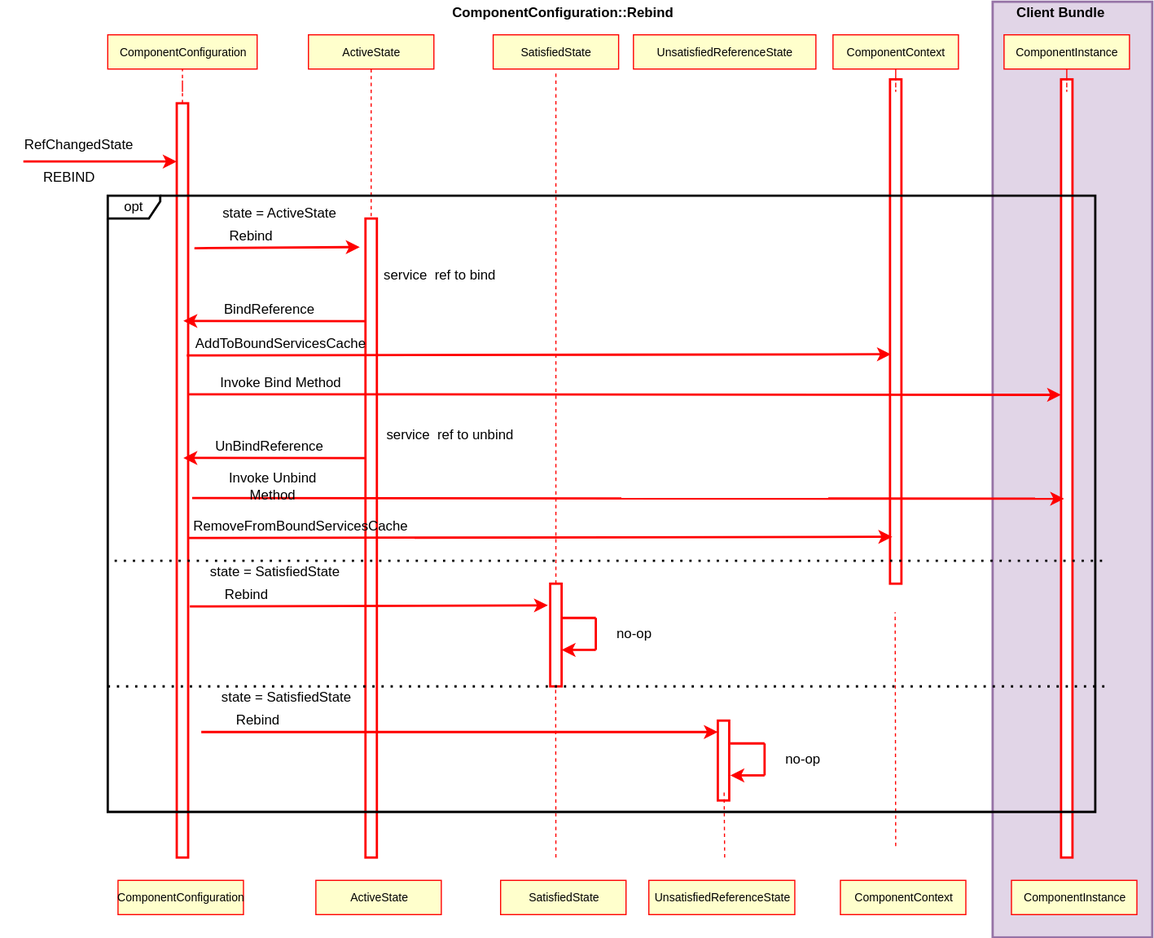
This is text/0003-declarative-services/ComponentConfigurationRebind.svg from CppMicroServices/rfcs, a draw.io export, as it was before one commit. Source tidied: cells renumbered, new cells last; positions are measured from the earlier drawing's top-left corner, leaving out a move shared by most shapes.
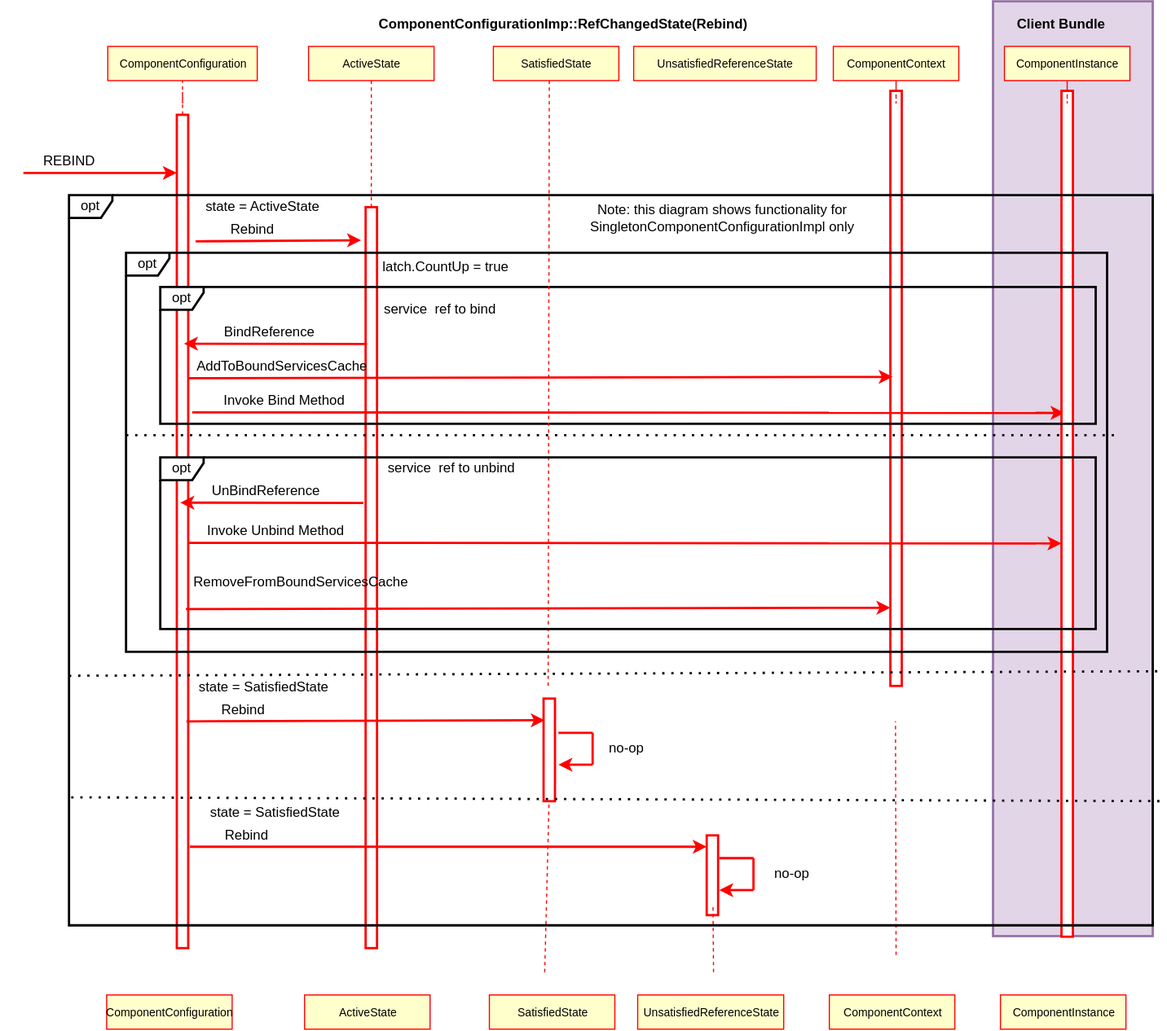
Later version of the same file.

The edit, as a diff of the source:
```diff
@@ -5,6 +5,6 @@
     <mxCell id="2" style="rounded=0;whiteSpace=wrap;html=1;strokeWidth=2;fillColor=#e1d5e7;strokeColor=#9673a6;" parent="1" vertex="1">
-      <mxGeometry x="870" width="140" height="820" as="geometry" />
+      <mxGeometry x="870" y="-10.6" width="140" height="820" as="geometry" />
     </mxCell>
     <mxCell id="3" style="html=1;points=[];perimeter=orthogonalPerimeter;strokeWidth=2;strokeColor=#FF0000;" parent="1" vertex="1">
-      <mxGeometry x="320" y="190" width="10" height="560" as="geometry" />
+      <mxGeometry x="320" y="170" width="10" height="650" as="geometry" />
     </mxCell>
@@ -23,14 +23,14 @@
     <mxCell id="8" style="html=1;points=[];perimeter=orthogonalPerimeter;strokeWidth=2;strokeColor=#FF0000;" parent="1" vertex="1">
-      <mxGeometry x="154.5" y="89" width="10" height="661" as="geometry" />
+      <mxGeometry x="154.5" y="89" width="10" height="731" as="geometry" />
     </mxCell>
     <mxCell id="9" value="&lt;span style=&quot;font-size: 10px&quot;&gt;ActiveState&lt;/span&gt;" style="html=1;strokeWidth=1;strokeColor=#FF0000;fillColor=#FFFFCC;" parent="1" vertex="1">
-      <mxGeometry x="276.5" y="770" width="110" height="30" as="geometry" />
+      <mxGeometry x="266.5" y="861.1" width="110" height="30" as="geometry" />
     </mxCell>
     <mxCell id="10" value="&lt;span style=&quot;font-size: 10px&quot;&gt;ComponentConfiguration&lt;/span&gt;" style="html=1;strokeWidth=1;strokeColor=#FF0000;fillColor=#FFFFCC;" parent="1" vertex="1">
-      <mxGeometry x="103" y="770" width="110" height="30" as="geometry" />
+      <mxGeometry x="93" y="861.1" width="110" height="30" as="geometry" />
     </mxCell>
     <mxCell id="11" value="REBIND" style="text;html=1;strokeColor=none;fillColor=none;align=center;verticalAlign=middle;whiteSpace=wrap;rounded=0;fontSize=12;" parent="1" vertex="1">
-      <mxGeometry y="144" width="121" height="20" as="geometry" />
+      <mxGeometry y="120" width="121" height="20" as="geometry" />
     </mxCell>
-    <mxCell id="12" value="ComponentConfiguration::Rebind" style="text;html=1;strokeColor=none;fillColor=none;align=center;verticalAlign=middle;whiteSpace=wrap;rounded=0;fontStyle=1;" parent="1" vertex="1">
+    <mxCell id="12" value="ComponentConfigurationImp::RefChangedState(Rebind)" style="text;html=1;strokeColor=none;fillColor=none;align=center;verticalAlign=middle;whiteSpace=wrap;rounded=0;fontStyle=1;" parent="1" vertex="1">
       <mxGeometry x="428" width="131" height="20" as="geometry" />
@@ -43,7 +43,4 @@
     </mxCell>
-    <mxCell id="14" value="RefChangedState" style="text;html=1;strokeColor=none;fillColor=none;align=center;verticalAlign=middle;whiteSpace=wrap;rounded=0;" parent="1" vertex="1">
-      <mxGeometry x="48.5" y="116" width="40" height="20" as="geometry" />
-    </mxCell>
     <mxCell id="15" value="state = ActiveState" style="text;html=1;strokeColor=none;fillColor=none;align=center;verticalAlign=middle;whiteSpace=wrap;rounded=0;" parent="1" vertex="1">
-      <mxGeometry x="180" y="176" width="130" height="20" as="geometry" />
+      <mxGeometry x="164.5" y="160" width="130" height="20" as="geometry" />
     </mxCell>
@@ -51,4 +48,4 @@
       <mxGeometry relative="1" as="geometry">
-        <mxPoint x="170" y="216" as="sourcePoint" />
-        <mxPoint x="315" y="215" as="targetPoint" />
+        <mxPoint x="171" y="200" as="sourcePoint" />
+        <mxPoint x="316" y="199" as="targetPoint" />
       </mxGeometry>
@@ -56,11 +53,6 @@
     <mxCell id="17" value="Rebind" style="text;html=1;strokeColor=none;fillColor=none;align=center;verticalAlign=middle;whiteSpace=wrap;rounded=0;" parent="1" vertex="1">
-      <mxGeometry x="200" y="196" width="40" height="20" as="geometry" />
+      <mxGeometry x="201" y="180" width="40" height="20" as="geometry" />
     </mxCell>
-    <mxCell id="18" style="edgeStyle=orthogonalEdgeStyle;rounded=0;jettySize=auto;html=1;strokeColor=#FF0000;strokeWidth=1;dashed=1;endArrow=none;endFill=0;" parent="1" edge="1" source="19">
-      <mxGeometry relative="1" as="geometry">
-        <mxPoint x="487" y="60" as="targetPoint" />
-      </mxGeometry>
-    </mxCell>
     <mxCell id="19" style="html=1;points=[];perimeter=orthogonalPerimeter;strokeWidth=2;strokeColor=#FF0000;" parent="1" vertex="1">
-      <mxGeometry x="482" y="510" width="10" height="90" as="geometry" />
+      <mxGeometry x="476" y="601.1" width="10" height="90" as="geometry" />
     </mxCell>
@@ -70,6 +62,6 @@
     <mxCell id="21" value="&lt;span style=&quot;font-size: 10px&quot;&gt;SatisfiedState&lt;/span&gt;" style="html=1;strokeWidth=1;strokeColor=#FF0000;fillColor=#FFFFCC;" parent="1" vertex="1">
-      <mxGeometry x="438.5" y="770" width="110" height="30" as="geometry" />
+      <mxGeometry x="428.5" y="861.1" width="110" height="30" as="geometry" />
     </mxCell>
     <mxCell id="22" style="html=1;points=[];perimeter=orthogonalPerimeter;strokeWidth=2;strokeColor=#FF0000;" parent="1" vertex="1">
-      <mxGeometry x="629" y="630" width="10" height="70" as="geometry" />
+      <mxGeometry x="619" y="721.1" width="10" height="70" as="geometry" />
     </mxCell>
@@ -79,6 +71,6 @@
     <mxCell id="24" value="&lt;span style=&quot;font-size: 10px&quot;&gt;UnsatisfiedReferenceState&lt;/span&gt;" style="html=1;strokeWidth=1;strokeColor=#FF0000;fillColor=#FFFFCC;" parent="1" vertex="1">
-      <mxGeometry x="568.5" y="770" width="128" height="30" as="geometry" />
+      <mxGeometry x="558.5" y="861.1" width="128" height="30" as="geometry" />
     </mxCell>
     <mxCell id="25" style="html=1;points=[];perimeter=orthogonalPerimeter;strokeWidth=2;strokeColor=#FF0000;" parent="1" vertex="1">
-      <mxGeometry x="780" y="68" width="10" height="442" as="geometry" />
+      <mxGeometry x="780" y="68" width="10" height="522" as="geometry" />
     </mxCell>
@@ -91,3 +83,3 @@
     <mxCell id="28" value="&lt;span style=&quot;font-size: 10px&quot;&gt;ComponentContext&lt;/span&gt;" style="html=1;strokeWidth=1;strokeColor=#FF0000;fillColor=#FFFFCC;" parent="1" vertex="1">
-      <mxGeometry x="736.5" y="770" width="110" height="30" as="geometry" />
+      <mxGeometry x="726.5" y="861.1" width="110" height="30" as="geometry" />
     </mxCell>
@@ -95,4 +87,4 @@
       <mxGeometry relative="1" as="geometry">
-        <mxPoint x="320.8" y="280" as="sourcePoint" />
-        <mxPoint x="160.3" y="279.8" as="targetPoint" />
+        <mxPoint x="321.2" y="290" as="sourcePoint" />
+        <mxPoint x="160.8" y="289.8" as="targetPoint" />
       </mxGeometry>
@@ -100,3 +92,3 @@
     <mxCell id="30" value="BindReference" style="text;html=1;strokeColor=none;fillColor=none;align=center;verticalAlign=middle;whiteSpace=wrap;rounded=0;" parent="1" vertex="1">
-      <mxGeometry x="215.8" y="260" width="40" height="20" as="geometry" />
+      <mxGeometry x="216.2" y="270" width="40" height="20" as="geometry" />
     </mxCell>
@@ -104,4 +96,4 @@
       <mxGeometry relative="1" as="geometry">
-        <mxPoint x="163.3" y="310" as="sourcePoint" />
-        <mxPoint x="780.8" y="308.9" as="targetPoint" />
+        <mxPoint x="164.5" y="320" as="sourcePoint" />
+        <mxPoint x="782" y="318.9" as="targetPoint" />
       </mxGeometry>
@@ -109,3 +101,3 @@
     <mxCell id="32" value="AddToBoundServicesCache" style="text;html=1;strokeColor=none;fillColor=none;align=center;verticalAlign=middle;whiteSpace=wrap;rounded=0;" parent="1" vertex="1">
-      <mxGeometry x="225.8" y="290" width="40" height="20" as="geometry" />
+      <mxGeometry x="227" y="300" width="40" height="20" as="geometry" />
     </mxCell>
@@ -113,4 +105,4 @@
       <mxGeometry relative="1" as="geometry">
-        <mxPoint x="165.3" y="344" as="sourcePoint" />
-        <mxPoint x="930" y="344.5" as="targetPoint" />
+        <mxPoint x="168" y="350" as="sourcePoint" />
+        <mxPoint x="932.7" y="350.5" as="targetPoint" />
       </mxGeometry>
@@ -118,6 +110,6 @@
     <mxCell id="34" value="Invoke Bind Method" style="text;html=1;strokeColor=none;fillColor=none;align=center;verticalAlign=middle;whiteSpace=wrap;rounded=0;" parent="1" vertex="1">
-      <mxGeometry x="190.8" y="324" width="110" height="20" as="geometry" />
+      <mxGeometry x="193.5" y="330" width="110" height="20" as="geometry" />
     </mxCell>
     <mxCell id="35" style="html=1;points=[];perimeter=orthogonalPerimeter;strokeWidth=2;strokeColor=#FF0000;" parent="1" vertex="1">
-      <mxGeometry x="930" y="68" width="10" height="682" as="geometry" />
+      <mxGeometry x="930" y="68" width="10" height="742" as="geometry" />
     </mxCell>
@@ -130,9 +122,9 @@
     <mxCell id="38" value="&lt;span style=&quot;font-size: 10px&quot;&gt;ComponentInstance&lt;/span&gt;" style="html=1;strokeWidth=1;strokeColor=#FF0000;fillColor=#FFFFCC;" parent="1" vertex="1">
-      <mxGeometry x="886.5" y="770" width="110" height="30" as="geometry" />
+      <mxGeometry x="876.5" y="861.1" width="110" height="30" as="geometry" />
     </mxCell>
     <mxCell id="39" value="service&amp;nbsp; ref to bind" style="text;html=1;strokeColor=none;fillColor=none;align=center;verticalAlign=middle;whiteSpace=wrap;rounded=0;" parent="1" vertex="1">
-      <mxGeometry x="331" y="230" width="109" height="20" as="geometry" />
+      <mxGeometry x="331" y="250" width="109" height="20" as="geometry" />
     </mxCell>
     <mxCell id="40" value="service&amp;nbsp; ref to unbind" style="text;html=1;strokeColor=none;fillColor=none;align=center;verticalAlign=middle;whiteSpace=wrap;rounded=0;" parent="1" vertex="1">
-      <mxGeometry x="330" y="370" width="129" height="20" as="geometry" />
+      <mxGeometry x="331" y="389.4" width="129" height="20" as="geometry" />
     </mxCell>
@@ -140,4 +132,4 @@
       <mxGeometry relative="1" as="geometry">
-        <mxPoint x="320.8" y="400" as="sourcePoint" />
-        <mxPoint x="160.3" y="399.8" as="targetPoint" />
+        <mxPoint x="318.1" y="429.4" as="sourcePoint" />
+        <mxPoint x="157.6" y="429.2" as="targetPoint" />
       </mxGeometry>
@@ -145,3 +137,3 @@
     <mxCell id="42" value="UnBindReference" style="text;html=1;strokeColor=none;fillColor=none;align=center;verticalAlign=middle;whiteSpace=wrap;rounded=0;" parent="1" vertex="1">
-      <mxGeometry x="215.8" y="380" width="40" height="20" as="geometry" />
+      <mxGeometry x="213.1" y="409.4" width="40" height="20" as="geometry" />
     </mxCell>
@@ -149,4 +141,4 @@
       <mxGeometry relative="1" as="geometry">
-        <mxPoint x="168" y="435" as="sourcePoint" />
-        <mxPoint x="932.7" y="435.5" as="targetPoint" />
+        <mxPoint x="165.3" y="464.4" as="sourcePoint" />
+        <mxPoint x="930" y="465" as="targetPoint" />
       </mxGeometry>
@@ -154,3 +146,3 @@
     <mxCell id="44" value="Invoke Unbind Method" style="text;html=1;strokeColor=none;fillColor=none;align=center;verticalAlign=middle;whiteSpace=wrap;rounded=0;" parent="1" vertex="1">
-      <mxGeometry x="183.5" y="415" width="110" height="20" as="geometry" />
+      <mxGeometry x="151.8" y="444.4" width="179.2" height="20" as="geometry" />
     </mxCell>
@@ -158,4 +150,4 @@
       <mxGeometry relative="1" as="geometry">
-        <mxPoint x="164.5" y="470" as="sourcePoint" />
-        <mxPoint x="782" y="468.9" as="targetPoint" />
+        <mxPoint x="162.5" y="522.5" as="sourcePoint" />
+        <mxPoint x="780" y="521.5" as="targetPoint" />
       </mxGeometry>
@@ -163,6 +155,6 @@
     <mxCell id="46" value="RemoveFromBoundServicesCache" style="text;html=1;strokeColor=none;fillColor=none;align=center;verticalAlign=middle;whiteSpace=wrap;rounded=0;" parent="1" vertex="1">
-      <mxGeometry x="260" y="450" width="7" height="20" as="geometry" />
+      <mxGeometry x="260" y="489.4" width="7" height="20" as="geometry" />
     </mxCell>
     <mxCell id="47" value="state = SatisfiedState" style="text;html=1;strokeColor=none;fillColor=none;align=center;verticalAlign=middle;whiteSpace=wrap;rounded=0;" parent="1" vertex="1">
-      <mxGeometry x="176" y="490" width="130" height="20" as="geometry" />
+      <mxGeometry x="166" y="581.1" width="130" height="20" as="geometry" />
     </mxCell>
@@ -170,4 +162,4 @@
       <mxGeometry relative="1" as="geometry">
-        <mxPoint x="166" y="530" as="sourcePoint" />
-        <mxPoint x="480" y="529" as="targetPoint" />
+        <mxPoint x="163" y="621.1" as="sourcePoint" />
+        <mxPoint x="477" y="620.1" as="targetPoint" />
       </mxGeometry>
@@ -175,6 +167,6 @@
     <mxCell id="49" value="Rebind" style="text;html=1;strokeColor=none;fillColor=none;align=center;verticalAlign=middle;whiteSpace=wrap;rounded=0;" parent="1" vertex="1">
-      <mxGeometry x="196" y="510" width="40" height="20" as="geometry" />
+      <mxGeometry x="193" y="601.1" width="40" height="20" as="geometry" />
     </mxCell>
     <mxCell id="50" style="shape=partialRectangle;whiteSpace=wrap;html=1;bottom=0;right=0;fillColor=none;direction=south;strokeColor=#FF0000;strokeWidth=2;" parent="1" vertex="1">
-      <mxGeometry x="492" y="540" width="30" height="28" as="geometry" />
+      <mxGeometry x="489" y="631.1" width="30" height="28" as="geometry" />
     </mxCell>
@@ -184,6 +176,6 @@
     <mxCell id="52" value="no-op" style="text;html=1;strokeColor=none;fillColor=none;align=center;verticalAlign=middle;whiteSpace=wrap;rounded=0;" parent="1" vertex="1">
-      <mxGeometry x="536" y="544" width="40" height="20" as="geometry" />
+      <mxGeometry x="529" y="635.1" width="40" height="20" as="geometry" />
     </mxCell>
     <mxCell id="53" value="state = SatisfiedState" style="text;html=1;strokeColor=none;fillColor=none;align=center;verticalAlign=middle;whiteSpace=wrap;rounded=0;" parent="1" vertex="1">
-      <mxGeometry x="186" y="600" width="130" height="20" as="geometry" />
+      <mxGeometry x="176" y="691.1" width="130" height="20" as="geometry" />
     </mxCell>
@@ -191,3 +183,3 @@
       <mxGeometry relative="1" as="geometry">
-        <mxPoint x="176" y="640" as="sourcePoint" />
+        <mxPoint x="166" y="731.1" as="sourcePoint" />
       </mxGeometry>
@@ -195,6 +187,6 @@
     <mxCell id="55" value="Rebind" style="text;html=1;strokeColor=none;fillColor=none;align=center;verticalAlign=middle;whiteSpace=wrap;rounded=0;" parent="1" vertex="1">
-      <mxGeometry x="206" y="620" width="40" height="20" as="geometry" />
+      <mxGeometry x="196" y="711.1" width="40" height="20" as="geometry" />
     </mxCell>
     <mxCell id="56" style="shape=partialRectangle;whiteSpace=wrap;html=1;bottom=0;right=0;fillColor=none;direction=south;strokeColor=#FF0000;strokeWidth=2;" parent="1" vertex="1">
-      <mxGeometry x="640" y="650" width="30" height="28" as="geometry" />
+      <mxGeometry x="630" y="741.1" width="30" height="28" as="geometry" />
     </mxCell>
@@ -204,3 +196,3 @@
     <mxCell id="58" value="no-op" style="text;html=1;strokeColor=none;fillColor=none;align=center;verticalAlign=middle;whiteSpace=wrap;rounded=0;" parent="1" vertex="1">
-      <mxGeometry x="684" y="654" width="40" height="20" as="geometry" />
+      <mxGeometry x="674" y="745.1" width="40" height="20" as="geometry" />
     </mxCell>
@@ -208,3 +200,3 @@
       <mxGeometry relative="1" as="geometry">
-        <mxPoint x="487" y="750" as="sourcePoint" />
+        <mxPoint x="477" y="841.1" as="sourcePoint" />
       </mxGeometry>
@@ -213,4 +205,4 @@
       <mxGeometry relative="1" as="geometry">
-        <mxPoint x="635" y="750" as="sourcePoint" />
-        <mxPoint x="634.5" y="690" as="targetPoint" />
+        <mxPoint x="625" y="841.1" as="sourcePoint" />
+        <mxPoint x="624.5" y="781.1" as="targetPoint" />
       </mxGeometry>
@@ -219,4 +211,4 @@
       <mxGeometry relative="1" as="geometry">
-        <mxPoint x="785" y="740" as="sourcePoint" />
-        <mxPoint x="784.5" y="535.1" as="targetPoint" />
+        <mxPoint x="785" y="826" as="sourcePoint" />
+        <mxPoint x="784.5" y="621.1" as="targetPoint" />
       </mxGeometry>
@@ -225,15 +217,12 @@
       <mxGeometry relative="1" as="geometry">
-        <mxPoint x="100" y="490" as="sourcePoint" />
-        <mxPoint x="970" y="490" as="targetPoint" />
+        <mxPoint x="60" y="581.1" as="sourcePoint" />
+        <mxPoint x="1020" y="577.1" as="targetPoint" />
       </mxGeometry>
     </mxCell>
-    <mxCell id="63" style="endArrow=none;dashed=1;html=1;dashPattern=1 3;strokeWidth=2;" parent="1" edge="1">
+    <mxCell id="63" style="endArrow=none;dashed=1;html=1;dashPattern=1 3;strokeWidth=2;exitX=0.002;exitY=0.793;exitDx=0;exitDy=0;exitPerimeter=0;" parent="1" edge="1">
       <mxGeometry relative="1" as="geometry">
-        <mxPoint x="94" y="600" as="sourcePoint" />
-        <mxPoint x="970.8" y="600" as="targetPoint" />
+        <mxPoint x="61.9" y="687.7" as="sourcePoint" />
+        <mxPoint x="1020" y="691.1" as="targetPoint" />
       </mxGeometry>
     </mxCell>
-    <mxCell id="64" value="opt" style="shape=umlFrame;whiteSpace=wrap;html=1;strokeWidth=2;fillColor=none;width=46;height=20;" parent="1" vertex="1">
-      <mxGeometry x="94" y="170" width="866" height="540" as="geometry" />
-    </mxCell>
     <mxCell id="65" value="&lt;b&gt;Client&lt;/b&gt; &lt;b&gt;Bundle&lt;/b&gt;" style="text;html=1;strokeColor=none;fillColor=none;align=center;verticalAlign=middle;whiteSpace=wrap;rounded=0;" parent="1" vertex="1">
@@ -241,2 +230,36 @@
     </mxCell>
+    <mxCell id="66" value="latch.CountUp = true" style="text;html=1;strokeColor=none;fillColor=none;align=center;verticalAlign=middle;whiteSpace=wrap;rounded=0;" parent="1" vertex="1">
+      <mxGeometry x="331" y="210" width="119" height="25" as="geometry" />
+    </mxCell>
+    <mxCell id="67" value="Note: this diagram shows functionality for SingletonComponentConfigurationImpl only" style="text;html=1;strokeColor=none;fillColor=none;align=center;verticalAlign=middle;whiteSpace=wrap;rounded=0;" parent="1" vertex="1">
+      <mxGeometry x="504.5" y="170" width="256" height="20" as="geometry" />
+    </mxCell>
+    <mxCell id="68" value="opt" style="shape=umlFrame;whiteSpace=wrap;html=1;strokeWidth=2;width=38;height=20;" parent="1" vertex="1">
+      <mxGeometry x="140" y="240" width="820" height="120" as="geometry" />
+    </mxCell>
+    <mxCell id="69" style="endArrow=none;dashed=1;html=1;dashPattern=1 3;strokeWidth=2;" parent="1" edge="1">
+      <mxGeometry relative="1" as="geometry">
+        <mxPoint x="110" y="370" as="sourcePoint" />
+        <mxPoint x="980" y="370" as="targetPoint" />
+      </mxGeometry>
+    </mxCell>
+    <mxCell id="70" style="edgeStyle=orthogonalEdgeStyle;rounded=0;orthogonalLoop=1;jettySize=auto;html=1;dashed=1;endArrow=none;endFill=0;strokeColor=#FF0000;strokeWidth=1;" parent="1" edge="1">
+      <mxGeometry relative="1" as="geometry">
+        <mxPoint x="481" y="59" as="sourcePoint" />
+        <mxPoint x="480" y="590" as="targetPoint" />
+        <Array as="points">
+          <mxPoint x="481" y="80" />
+          <mxPoint x="481" y="80" />
+        </Array>
+      </mxGeometry>
+    </mxCell>
+    <mxCell id="71" value="opt" style="shape=umlFrame;whiteSpace=wrap;html=1;strokeWidth=2;width=38;height=20;" parent="1" vertex="1">
+      <mxGeometry x="110" y="210" width="860" height="350" as="geometry" />
+    </mxCell>
+    <mxCell id="72" value="opt" style="shape=umlFrame;whiteSpace=wrap;html=1;strokeWidth=2;width=38;height=20;" parent="1" vertex="1">
+      <mxGeometry x="140" y="389.4" width="820" height="150.6" as="geometry" />
+    </mxCell>
+    <mxCell id="73" value="opt" style="shape=umlFrame;whiteSpace=wrap;html=1;strokeWidth=2;width=38;height=20;" parent="1" vertex="1">
+      <mxGeometry x="60" y="159.4" width="950" height="640.5" as="geometry" />
+    </mxCell>
   </root>
```
